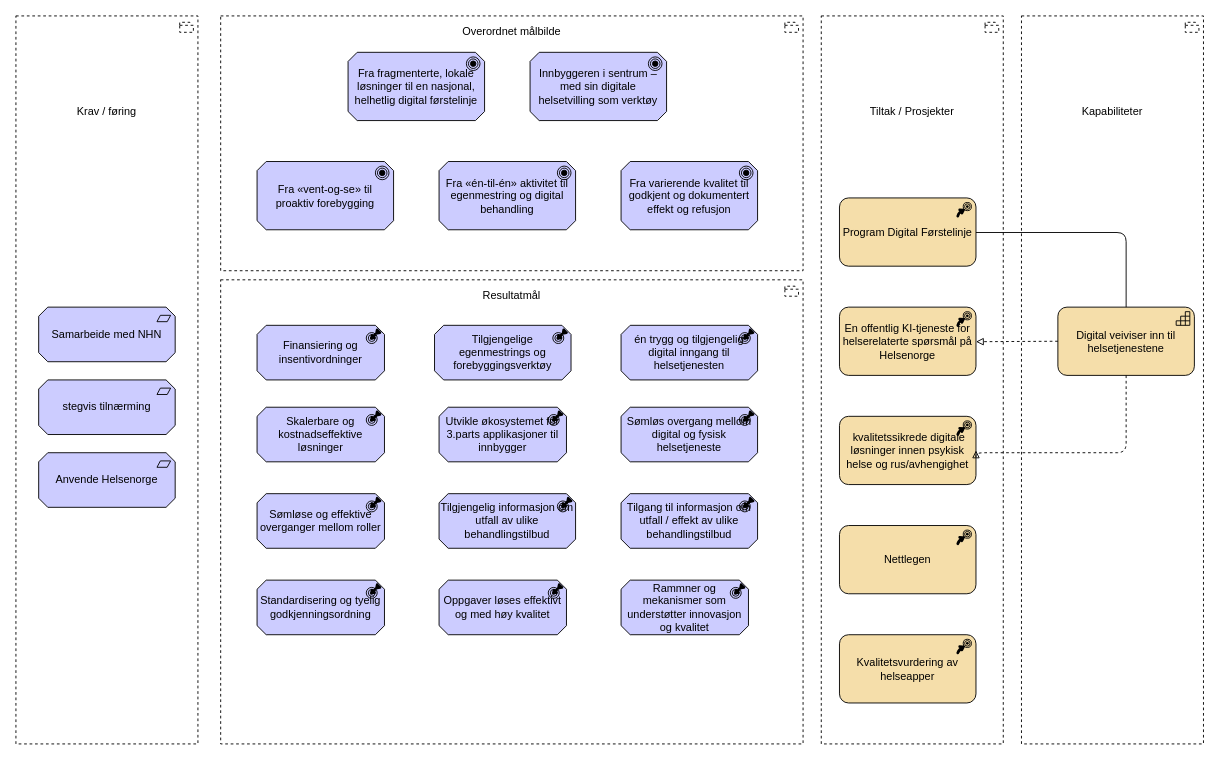
Before: page "goals-TB" (1 of 7) of docs/interessent/motivasjon-interessent.drawio in hdir/Digital-Forstelinje, a draw.io diagram. Source tidied: cells renumbered, new cells numbered last; positions are measured from the earlier drawing's top-left corner, leaving out a move shared by most shapes. Both pictures are drawn from the tidied source at 91%, with x=0, y=0 at pixel (15, 15).
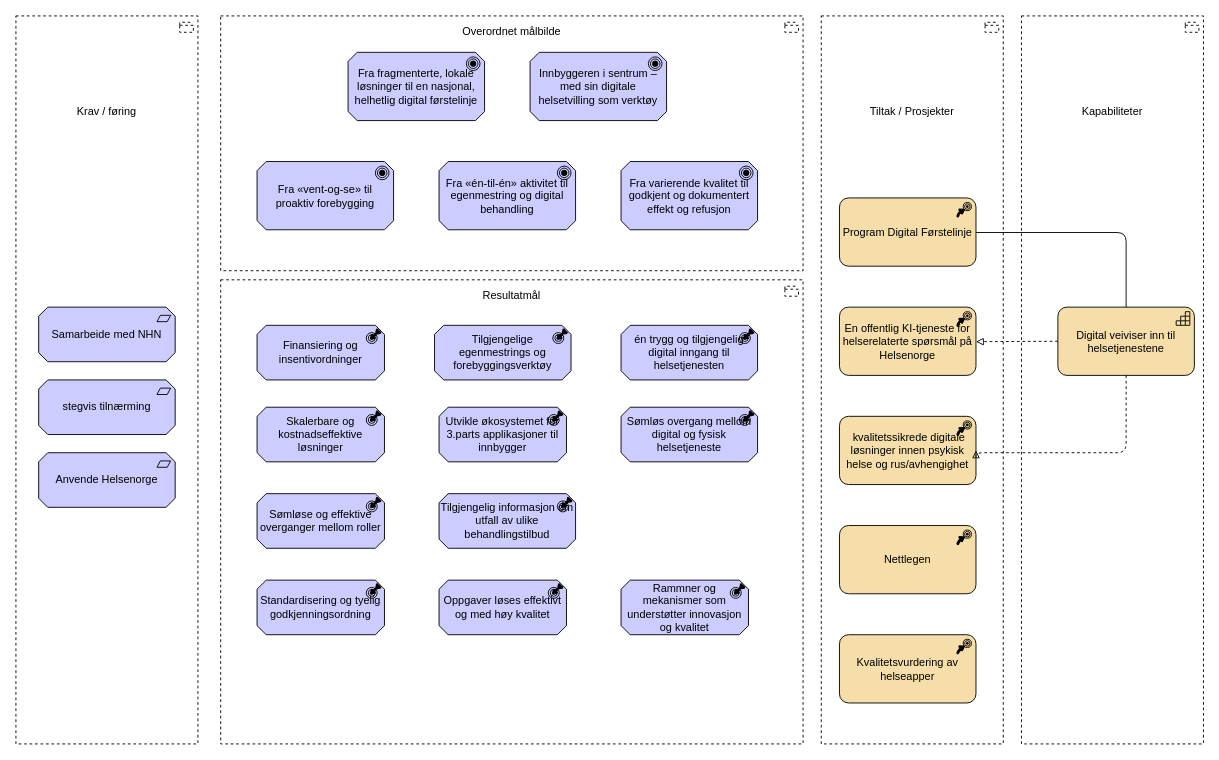
Above is the later version.

The edit, as a diff of the source:
```diff
@@
-    <mxCell id="17" value="Tilgang til informasjon om utfall / effekt av ulike behandlingstilbud" style="html=1;whiteSpace=wrap;fillColor=#CCCCFF;shape=mxgraph.archimate3.application;appType=outcome;archiType=oct;" parent="1" vertex="1">
-      <mxGeometry x="665" y="525" width="150" height="60" as="geometry" />
-    </mxCell>
```
